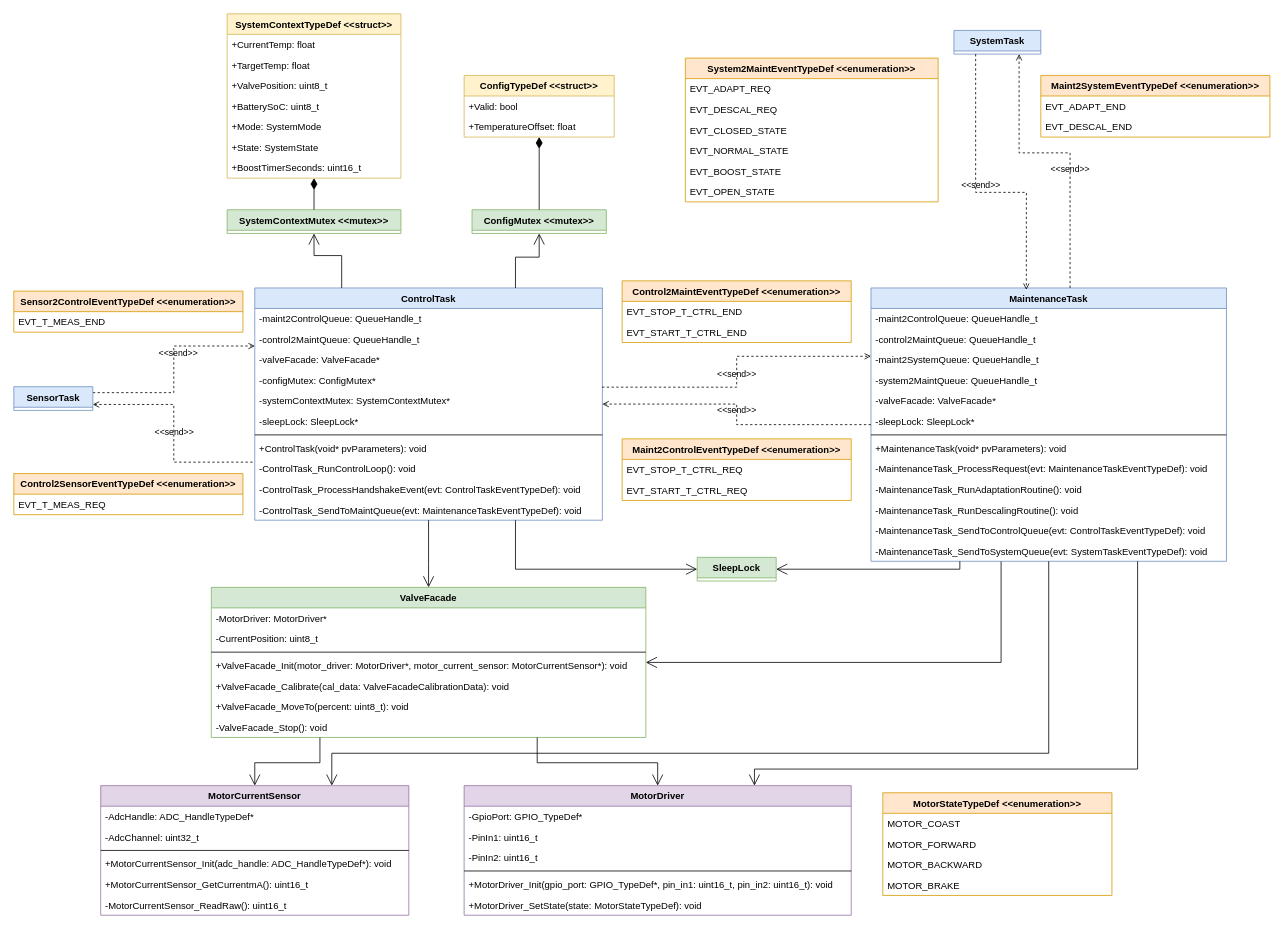
The draw.io diagram page "actuation" (4 of 6) of software/diagrams/mt-rt-sw-design.drawio in MiraTherm/miratherm-radiator-thermostat-documentation, before the edit. Source tidied: cells renumbered, new cells numbered last; positions are measured from the earlier drawing's top-left corner, leaving out a move shared by most shapes. Both pictures are drawn from the tidied source at 79%, with x=0, y=0 at pixel (13, 13).
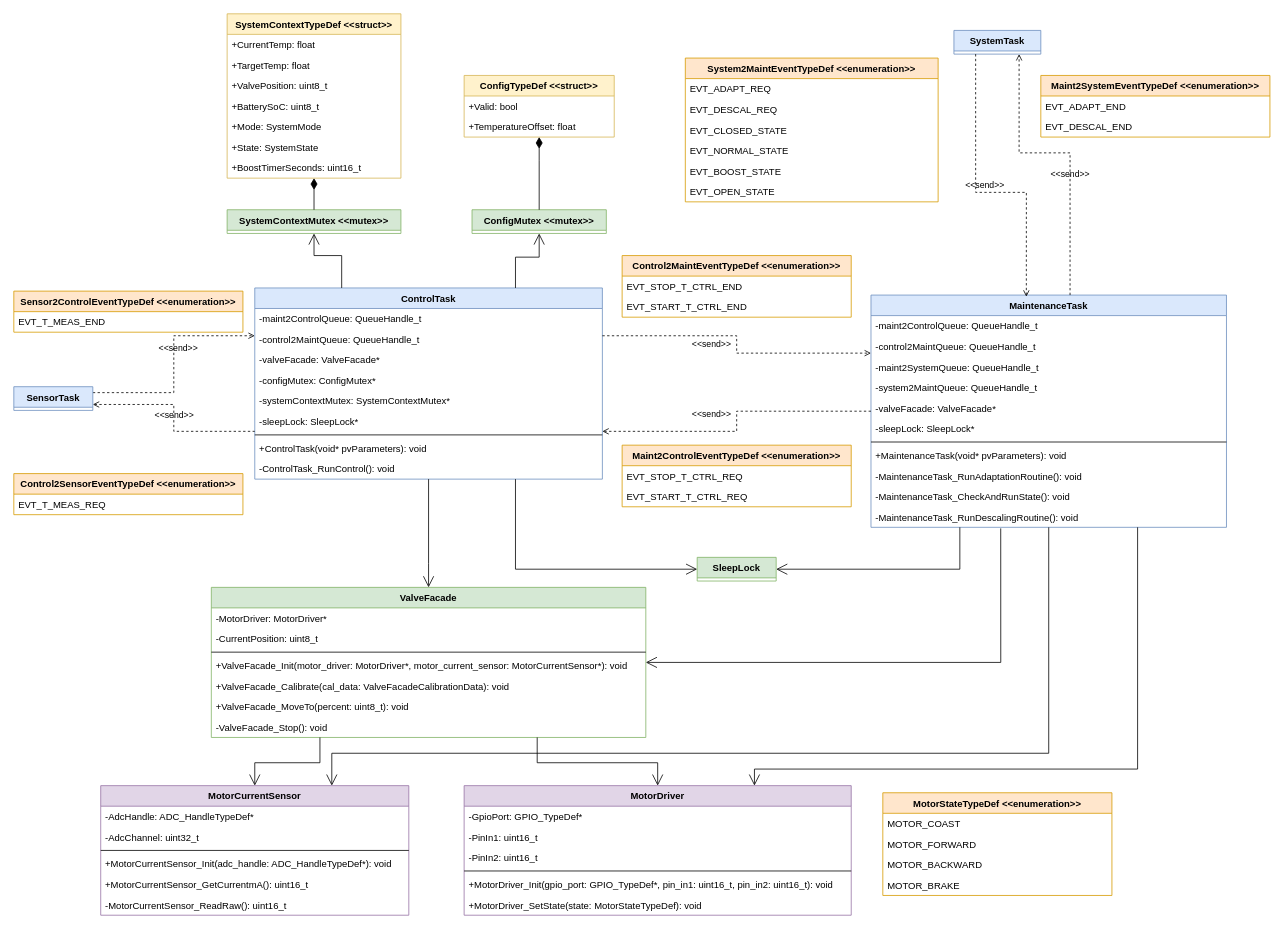
The same diagram, later.

The change refers to these unchanged cells:
```xml
<mxCell id="24" value="ValveFacade" style="swimlane;fontStyle=1;horizontal=1;startSize=26;fillColor=#d5e8d4;strokeColor=#82b366;" parent="1" vertex="1">
  <mxGeometry x="250" y="726" width="550" height="190" as="geometry" />
</mxCell>
<mxCell id="43" value="-MaintenanceTask_RunDescalingRoutine(): void" style="text;strokeColor=none;fillColor=none;align=left;verticalAlign=top;spacingLeft=4;spacingRight=4;overflow=hidden;points=[[0,0.5],[1,0.5]];portConstraint=eastwest;" parent="32" vertex="1">
  <mxGeometry y="268" width="450" height="26" as="geometry" />
</mxCell>
<mxCell id="50" value="-configMutex: ConfigMutex*" style="text;strokeColor=none;fillColor=none;align=left;verticalAlign=top;spacingLeft=4;spacingRight=4;overflow=hidden;points=[[0,0.5],[1,0.5]];portConstraint=eastwest;" parent="46" vertex="1">
  <mxGeometry y="104" width="440" height="26" as="geometry" />
</mxCell>
```

The edit, as a diff of the source:
```diff
@@
     <mxCell id="32" value="MaintenanceTask" style="swimlane;fontStyle=1;horizontal=1;startSize=26;fillColor=#dae8fc;strokeColor=#6c8ebf;" parent="1" vertex="1">
-      <mxGeometry x="1085" y="347" width="450" height="346" as="geometry" />
+      <mxGeometry x="1085" y="356" width="450" height="294" as="geometry" />
     </mxCell>
@@
-    <mxCell id="41" value="-MaintenanceTask_ProcessRequest(evt: MaintenanceTaskEventTypeDef): void" style="text;strokeColor=none;fillColor=none;align=left;verticalAlign=top;spacingLeft=4;spacingRight=4;overflow=hidden;" parent="32" vertex="1">
-      <mxGeometry y="216" width="450" height="26" as="geometry" />
-    </mxCell>
     <mxCell id="42" value="-MaintenanceTask_RunAdaptationRoutine(): void" style="text;strokeColor=none;fillColor=none;align=left;verticalAlign=top;spacingLeft=4;spacingRight=4;overflow=hidden;" parent="32" vertex="1">
-      <mxGeometry y="242" width="450" height="26" as="geometry" />
+      <mxGeometry y="216" width="450" height="26" as="geometry" />
     </mxCell>
+    <mxCell id="115" value="-MaintenanceTask_CheckAndRunState(): void" style="text;strokeColor=none;fillColor=none;align=left;verticalAlign=top;spacingLeft=4;spacingRight=4;overflow=hidden;" parent="32" vertex="1">
+      <mxGeometry y="242" width="450" height="26" as="geometry" />
+    </mxCell>
@@
-    <mxCell id="44" value="-MaintenanceTask_SendToControlQueue(evt: ControlTaskEventTypeDef): void" style="text;strokeColor=none;fillColor=none;align=left;verticalAlign=top;spacingLeft=4;spacingRight=4;overflow=hidden;" parent="32" vertex="1">
-      <mxGeometry y="294" width="450" height="26" as="geometry" />
-    </mxCell>
-    <mxCell id="45" value="-MaintenanceTask_SendToSystemQueue(evt: SystemTaskEventTypeDef): void" style="text;strokeColor=none;fillColor=none;align=left;verticalAlign=top;spacingLeft=4;spacingRight=4;overflow=hidden;points=[[0,0.5],[1,0.5]];portConstraint=eastwest;" parent="32" vertex="1">
-      <mxGeometry y="320" width="450" height="26" as="geometry" />
-    </mxCell>
     <mxCell id="46" value="ControlTask" style="swimlane;fontStyle=1;horizontal=1;startSize=26;fillColor=#dae8fc;strokeColor=#6c8ebf;" parent="1" vertex="1">
-      <mxGeometry x="305" y="347" width="440" height="294" as="geometry" />
+      <mxGeometry x="305" y="347" width="440" height="242" as="geometry" />
     </mxCell>
@@
-    <mxCell id="55" value="-ControlTask_RunControlLoop(): void" style="text;strokeColor=none;fillColor=none;align=left;verticalAlign=top;spacingLeft=4;spacingRight=4;overflow=hidden;" parent="46" vertex="1">
+    <mxCell id="55" value="-ControlTask_RunControl(): void" style="text;strokeColor=none;fillColor=none;align=left;verticalAlign=top;spacingLeft=4;spacingRight=4;overflow=hidden;" parent="46" vertex="1">
       <mxGeometry y="216" width="440" height="26" as="geometry" />
     </mxCell>
-    <mxCell id="56" value="-ControlTask_ProcessHandshakeEvent(evt: ControlTaskEventTypeDef): void" style="text;strokeColor=none;fillColor=none;align=left;verticalAlign=top;spacingLeft=4;spacingRight=4;overflow=hidden;" parent="46" vertex="1">
-      <mxGeometry y="242" width="440" height="26" as="geometry" />
-    </mxCell>
-    <mxCell id="57" value="-ControlTask_SendToMaintQueue(evt: MaintenanceTaskEventTypeDef): void" style="text;strokeColor=none;fillColor=none;align=left;verticalAlign=top;spacingLeft=4;spacingRight=4;overflow=hidden;" parent="46" vertex="1">
-      <mxGeometry y="268" width="440" height="26" as="geometry" />
-    </mxCell>
@@
     <mxCell id="65" value="Maint2ControlEventTypeDef &lt;&lt;enumeration&gt;&gt;" style="swimlane;fontStyle=1;horizontal=1;startSize=26;fillColor=#ffe6cc;strokeColor=#d79b00;" parent="1" vertex="1">
-      <mxGeometry x="770" y="538" width="290" height="78" as="geometry" />
+      <mxGeometry x="770" y="546" width="290" height="78" as="geometry" />
     </mxCell>
@@
     <mxCell id="69" value="Control2MaintEventTypeDef &lt;&lt;enumeration&gt;&gt;" style="swimlane;fontStyle=1;horizontal=1;startSize=26;fillColor=#ffe6cc;strokeColor=#d79b00;" parent="1" vertex="1">
-      <mxGeometry x="770" y="338" width="290" height="78" as="geometry" />
+      <mxGeometry x="770" y="306" width="290" height="78" as="geometry" />
     </mxCell>
@@
-    <mxCell id="92" value="&amp;lt;&amp;lt;send&amp;gt;&amp;gt;" style="endArrow=open;html=1;rounded=0;align=center;verticalAlign=bottom;dashed=1;endFill=0;labelBackgroundColor=none;edgeStyle=orthogonalEdgeStyle;exitX=0.999;exitY=0.829;exitDx=0;exitDy=0;entryX=0;entryY=0.25;entryDx=0;entryDy=0;exitPerimeter=0;" parent="1" edge="1" source="50" target="32">
-      <mxGeometry x="-0.05" y="-1" relative="1" as="geometry">
-        <mxPoint x="-1" y="2" as="offset" />
-      </mxGeometry>
+    <mxCell id="92" value="&amp;lt;&amp;lt;send&amp;gt;&amp;gt;" style="endArrow=open;html=1;rounded=0;align=center;verticalAlign=bottom;dashed=1;endFill=0;labelBackgroundColor=none;edgeStyle=orthogonalEdgeStyle;entryX=0;entryY=0.25;entryDx=0;entryDy=0;exitX=1;exitY=0.25;exitDx=0;exitDy=0;" parent="1" edge="1" source="46" target="32">
+      <mxGeometry x="-0.24" y="-19" relative="1" as="geometry" />
     </mxCell>
@@
-    <mxCell id="94" value="&amp;lt;&amp;lt;send&amp;gt;&amp;gt;" style="endArrow=open;html=1;rounded=0;align=center;verticalAlign=bottom;dashed=1;endFill=0;labelBackgroundColor=none;edgeStyle=orthogonalEdgeStyle;entryX=1;entryY=0.5;entryDx=0;entryDy=0;exitX=0;exitY=0.5;exitDx=0;exitDy=0;" parent="1" edge="1" source="32" target="46">
-      <mxGeometry x="-0.02" relative="1" as="geometry" />
+    <mxCell id="94" value="&amp;lt;&amp;lt;send&amp;gt;&amp;gt;" style="endArrow=open;html=1;rounded=0;align=center;verticalAlign=bottom;dashed=1;endFill=0;labelBackgroundColor=none;edgeStyle=orthogonalEdgeStyle;entryX=1;entryY=0.75;entryDx=0;entryDy=0;exitX=0;exitY=0.5;exitDx=0;exitDy=0;" parent="1" edge="1" source="32" target="46">
+      <mxGeometry x="0.25" y="-13" relative="1" as="geometry" />
     </mxCell>
@@
-    <mxCell id="109" style="endArrow=open;endFill=1;endSize=12;html=1;rounded=0;edgeStyle=orthogonalEdgeStyle;entryX=1;entryY=0.5;entryDx=0;entryDy=0;exitX=0.366;exitY=1.011;exitDx=0;exitDy=0;exitPerimeter=0;" parent="1" edge="1" source="45" target="24">
+    <mxCell id="109" style="endArrow=open;endFill=1;endSize=12;html=1;rounded=0;edgeStyle=orthogonalEdgeStyle;entryX=1;entryY=0.5;entryDx=0;entryDy=0;exitX=0.365;exitY=1.052;exitDx=0;exitDy=0;exitPerimeter=0;" parent="1" edge="1" source="43" target="24">
       <mxGeometry relative="1" as="geometry">
         <Array as="points">
-          <mxPoint x="1250" y="821" />
+          <mxPoint x="1249" y="821" />
         </Array>
       </mxGeometry>
     </mxCell>
```
